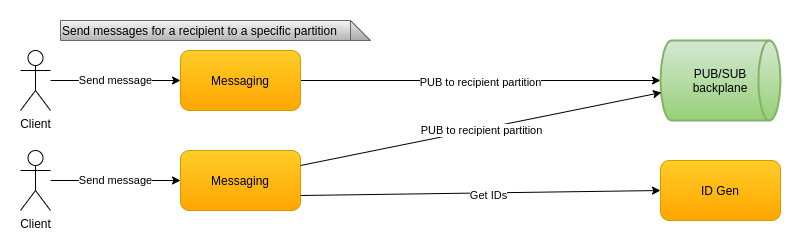
The draw.io diagram docs/images/cecochat-02-message-send.png in cvetomir-todorov/CecoChat, before a commit. Source tidied: cells renumbered, new cells last; positions are measured from the earlier drawing's top-left corner, leaving out a move shared by most shapes.
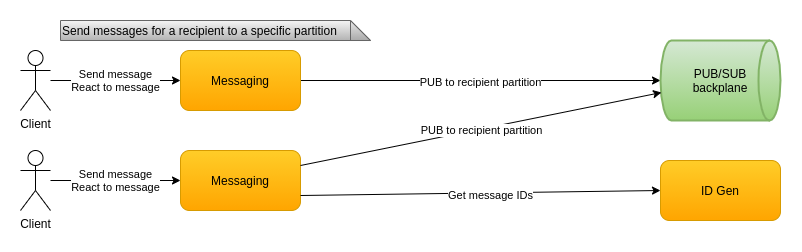
After the change.

Diff of the diagram source:
```diff
@@ -2,13 +2,13 @@
   <root>
     <mxCell id="0" />
     <mxCell id="1" parent="0" />
-    <mxCell id="2" value="Send message" style="edgeStyle=orthogonalEdgeStyle;rounded=0;jettySize=auto;html=1;entryX=0;entryY=0.5;entryDx=0;entryDy=0;startArrow=none;startFill=0;" parent="1" edge="1" source="3" target="7">
+    <mxCell id="2" value="Send message&lt;br&gt;React to message" style="edgeStyle=orthogonalEdgeStyle;rounded=0;jettySize=auto;html=1;entryX=0;entryY=0.5;entryDx=0;entryDy=0;startArrow=none;startFill=0;" parent="1" edge="1" source="3" target="7">
       <mxGeometry relative="1" as="geometry" />
     </mxCell>
     <mxCell id="3" value="Client" style="shape=umlActor;verticalLabelPosition=bottom;verticalAlign=top;html=1;outlineConnect=0;" parent="1" vertex="1">
       <mxGeometry y="30" width="30" height="60" as="geometry" />
     </mxCell>
-    <mxCell id="4" value="Send message" style="edgeStyle=orthogonalEdgeStyle;rounded=0;jettySize=auto;html=1;entryX=0;entryY=0.5;entryDx=0;entryDy=0;startArrow=none;startFill=0;" parent="1" edge="1" source="5" target="10">
+    <mxCell id="4" value="Send message&lt;br&gt;React to message" style="edgeStyle=orthogonalEdgeStyle;rounded=0;jettySize=auto;html=1;entryX=0;entryY=0.5;entryDx=0;entryDy=0;startArrow=none;startFill=0;" parent="1" edge="1" source="5" target="10">
       <mxGeometry relative="1" as="geometry" />
     </mxCell>
     <mxCell id="5" value="Client" style="shape=umlActor;verticalLabelPosition=bottom;verticalAlign=top;html=1;outlineConnect=0;" parent="1" vertex="1">
@@ -39,8 +39,8 @@
     <mxCell id="12" value="&lt;font style=&quot;font-size: 12px&quot;&gt;ID Gen&lt;/font&gt;" style="rounded=1;whiteSpace=wrap;html=1;gradientColor=#ffa500;fillColor=#ffcd28;strokeColor=#d79b00;" parent="1" vertex="1">
       <mxGeometry x="640" y="140" width="120" height="60" as="geometry" />
     </mxCell>
-    <mxCell id="13" value="Get IDs" style="endArrow=classic;html=1;entryX=0;entryY=0.5;entryDx=0;entryDy=0;exitX=1;exitY=0.75;exitDx=0;exitDy=0;" parent="1" edge="1" source="10" target="12">
-      <mxGeometry x="0.04" y="-3" relative="1" as="geometry" />
+    <mxCell id="13" value="Get message IDs" style="endArrow=classic;html=1;entryX=0;entryY=0.5;entryDx=0;entryDy=0;exitX=1;exitY=0.75;exitDx=0;exitDy=0;" parent="1" edge="1" source="10" target="12">
+      <mxGeometry x="0.06" y="-3" relative="1" as="geometry" />
     </mxCell>
   </root>
 </mxGraphModel>
```
